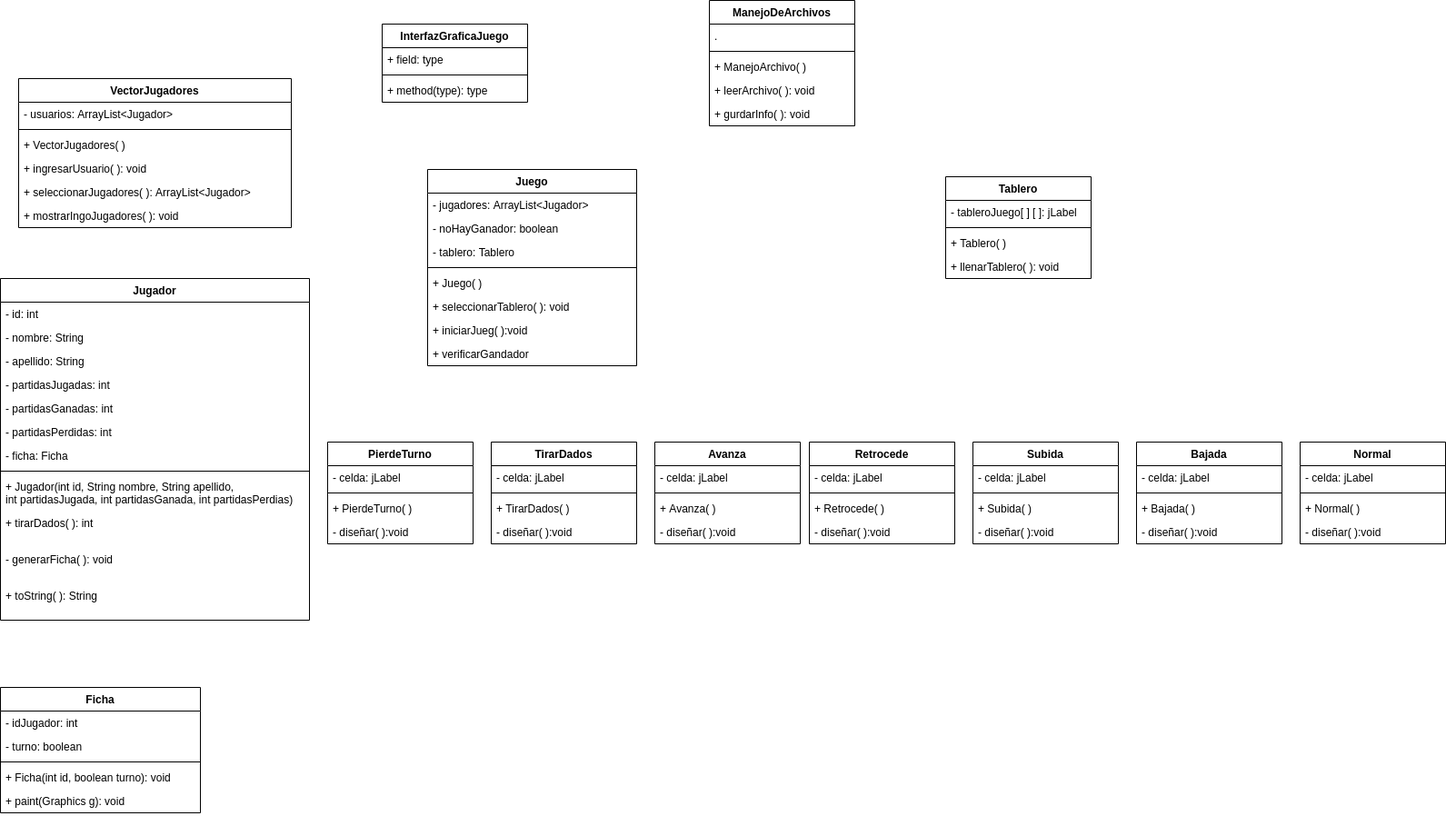
Pabloluis10/Escaleras-y-Serpientes keeps this draw.io diagram as Proyecto Final.png. Above is the earlier version. Source tidied: cells renumbered, new cells last; positions are measured from the earlier drawing's top-left corner, leaving out a move shared by most shapes.
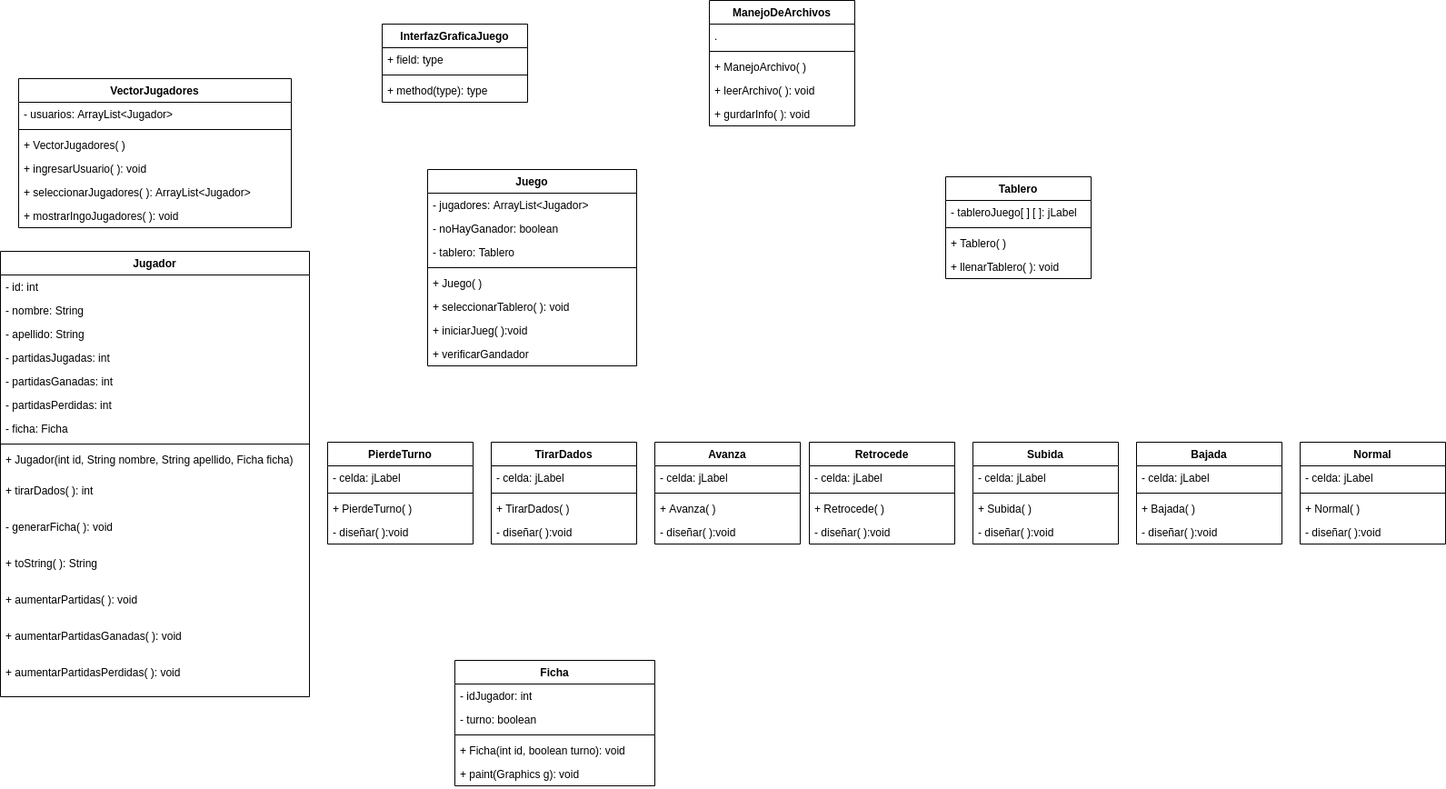
Above is the later version.

Commit message:
Agregue la clase Jugador.java y modifique ProyectoFinal.png

What changed in the source:
```diff
@@ -3,7 +3,7 @@
     <mxCell id="0" />
     <mxCell id="1" parent="0" />
     <mxCell id="2" value="Jugador" style="swimlane;fontStyle=1;align=center;verticalAlign=top;horizontal=1;startSize=26;" parent="1" vertex="1">
-      <mxGeometry y="306" width="340" height="376" as="geometry" />
+      <mxGeometry y="276" width="340" height="490" as="geometry" />
     </mxCell>
     <mxCell id="3" value="- id: int" style="text;strokeColor=none;fillColor=none;align=left;verticalAlign=top;spacingLeft=4;spacingRight=4;overflow=hidden;" parent="2" vertex="1">
       <mxGeometry y="26" width="340" height="26" as="geometry" />
@@ -29,20 +29,29 @@
     <mxCell id="10" style="line;strokeWidth=1;fillColor=none;align=left;verticalAlign=middle;spacingTop=-1;spacingLeft=3;spacingRight=3;labelPosition=right;" parent="2" vertex="1">
       <mxGeometry y="208" width="340" height="8" as="geometry" />
     </mxCell>
-    <mxCell id="11" value="+ Jugador(int id, String nombre, String apellido, &#10;int partidasJugada, int partidasGanada, int partidasPerdias)" style="text;strokeColor=none;fillColor=none;align=left;verticalAlign=top;spacingLeft=4;spacingRight=4;overflow=hidden;" parent="2" vertex="1">
-      <mxGeometry y="216" width="340" height="40" as="geometry" />
+    <mxCell id="11" value="+ Jugador(int id, String nombre, String apellido, Ficha ficha)" style="text;strokeColor=none;fillColor=none;align=left;verticalAlign=top;spacingLeft=4;spacingRight=4;overflow=hidden;" parent="2" vertex="1">
+      <mxGeometry y="216" width="340" height="34" as="geometry" />
     </mxCell>
     <mxCell id="12" value="+ tirarDados( ): int" style="text;strokeColor=none;fillColor=none;align=left;verticalAlign=top;spacingLeft=4;spacingRight=4;overflow=hidden;" parent="2" vertex="1">
-      <mxGeometry y="256" width="340" height="40" as="geometry" />
+      <mxGeometry y="250" width="340" height="40" as="geometry" />
     </mxCell>
     <mxCell id="13" value="- generarFicha( ): void" style="text;strokeColor=none;fillColor=none;align=left;verticalAlign=top;spacingLeft=4;spacingRight=4;overflow=hidden;" parent="2" vertex="1">
-      <mxGeometry y="296" width="340" height="40" as="geometry" />
+      <mxGeometry y="290" width="340" height="40" as="geometry" />
     </mxCell>
+    <mxCell id="87" value="+ toString( ): String" style="text;strokeColor=none;fillColor=none;align=left;verticalAlign=top;spacingLeft=4;spacingRight=4;overflow=hidden;" parent="2" vertex="1">
+      <mxGeometry y="330" width="340" height="40" as="geometry" />
+    </mxCell>
+    <mxCell id="88" value="+ aumentarPartidas( ): void" style="text;strokeColor=none;fillColor=none;align=left;verticalAlign=top;spacingLeft=4;spacingRight=4;overflow=hidden;" parent="2" vertex="1">
+      <mxGeometry y="370" width="340" height="40" as="geometry" />
+    </mxCell>
+    <mxCell id="89" value="+ aumentarPartidasGanadas( ): void" style="text;strokeColor=none;fillColor=none;align=left;verticalAlign=top;spacingLeft=4;spacingRight=4;overflow=hidden;" parent="2" vertex="1">
+      <mxGeometry y="410" width="340" height="40" as="geometry" />
+    </mxCell>
-    <mxCell id="14" value="+ toString( ): String" style="text;strokeColor=none;fillColor=none;align=left;verticalAlign=top;spacingLeft=4;spacingRight=4;overflow=hidden;" parent="2" vertex="1">
-      <mxGeometry y="336" width="340" height="40" as="geometry" />
+    <mxCell id="14" value="+ aumentarPartidasPerdidas( ): void" style="text;strokeColor=none;fillColor=none;align=left;verticalAlign=top;spacingLeft=4;spacingRight=4;overflow=hidden;" parent="2" vertex="1">
+      <mxGeometry y="450" width="340" height="40" as="geometry" />
     </mxCell>
     <mxCell id="15" value="Ficha" style="swimlane;fontStyle=1;align=center;verticalAlign=top;horizontal=1;startSize=26;" parent="1" vertex="1">
-      <mxGeometry y="756" width="220" height="138" as="geometry" />
+      <mxGeometry x="500" y="726" width="220" height="138" as="geometry" />
     </mxCell>
     <mxCell id="16" value="- idJugador: int" style="text;strokeColor=none;fillColor=none;align=left;verticalAlign=top;spacingLeft=4;spacingRight=4;overflow=hidden;" parent="15" vertex="1">
       <mxGeometry y="26" width="220" height="26" as="geometry" />
```
